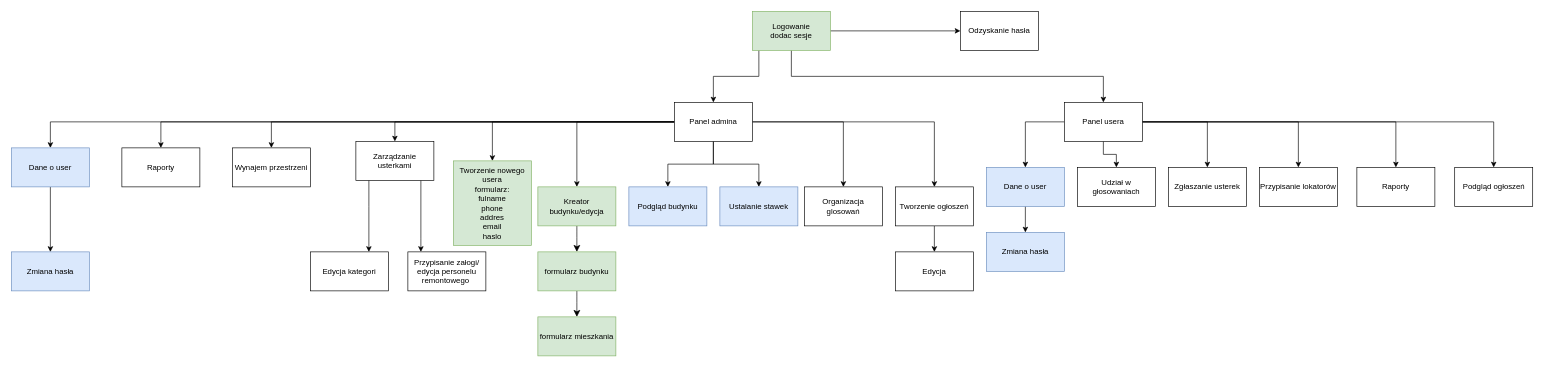
Mati-IR/my-neighborhood keeps this draw.io diagram as doc/site_flow.drawio. Above is the earlier version. Source tidied: cells renumbered, new cells numbered last; positions are measured from the earlier drawing's top-left corner, leaving out a move shared by most shapes. Both pictures are drawn from the tidied source at 65%, with x=0, y=0 at pixel (11, 11).
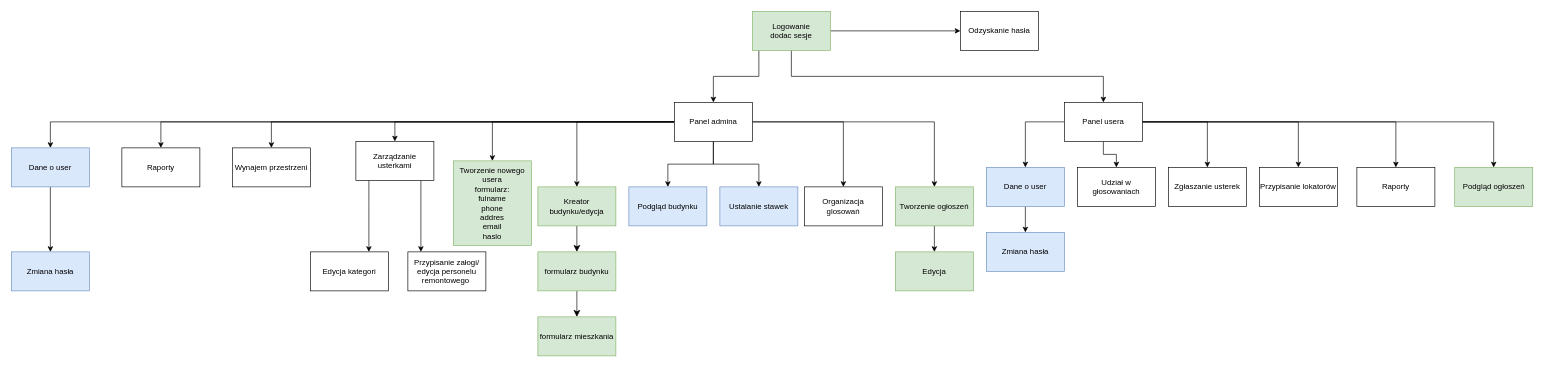
Above is the later version.

Diff of the diagram source:
```diff
@@
-    <mxCell id="32" value="Tworzenie ogłoszeń" style="rounded=0;whiteSpace=wrap;html=1;" parent="1" vertex="1">
+    <mxCell id="32" value="Tworzenie ogłoszeń" style="rounded=0;whiteSpace=wrap;html=1;fillColor=#d5e8d4;strokeColor=#82b366;" parent="1" vertex="1">
       <mxGeometry x="1360" y="270" width="120" height="60" as="geometry" />
     </mxCell>
@@
-    <mxCell id="37" value="Edycja" style="rounded=0;whiteSpace=wrap;html=1;" parent="1" vertex="1">
+    <mxCell id="37" value="Edycja" style="rounded=0;whiteSpace=wrap;html=1;fillColor=#d5e8d4;strokeColor=#82b366;" parent="1" vertex="1">
       <mxGeometry x="1360" y="370" width="120" height="60" as="geometry" />
     </mxCell>
@@
-    <mxCell id="45" value="Podgląd ogłoszeń" style="rounded=0;whiteSpace=wrap;html=1;" parent="1" vertex="1">
+    <mxCell id="45" value="Podgląd ogłoszeń" style="rounded=0;whiteSpace=wrap;html=1;fillColor=#d5e8d4;strokeColor=#82b366;" parent="1" vertex="1">
       <mxGeometry x="2220.5" y="240" width="120" height="60" as="geometry" />
     </mxCell>
```
